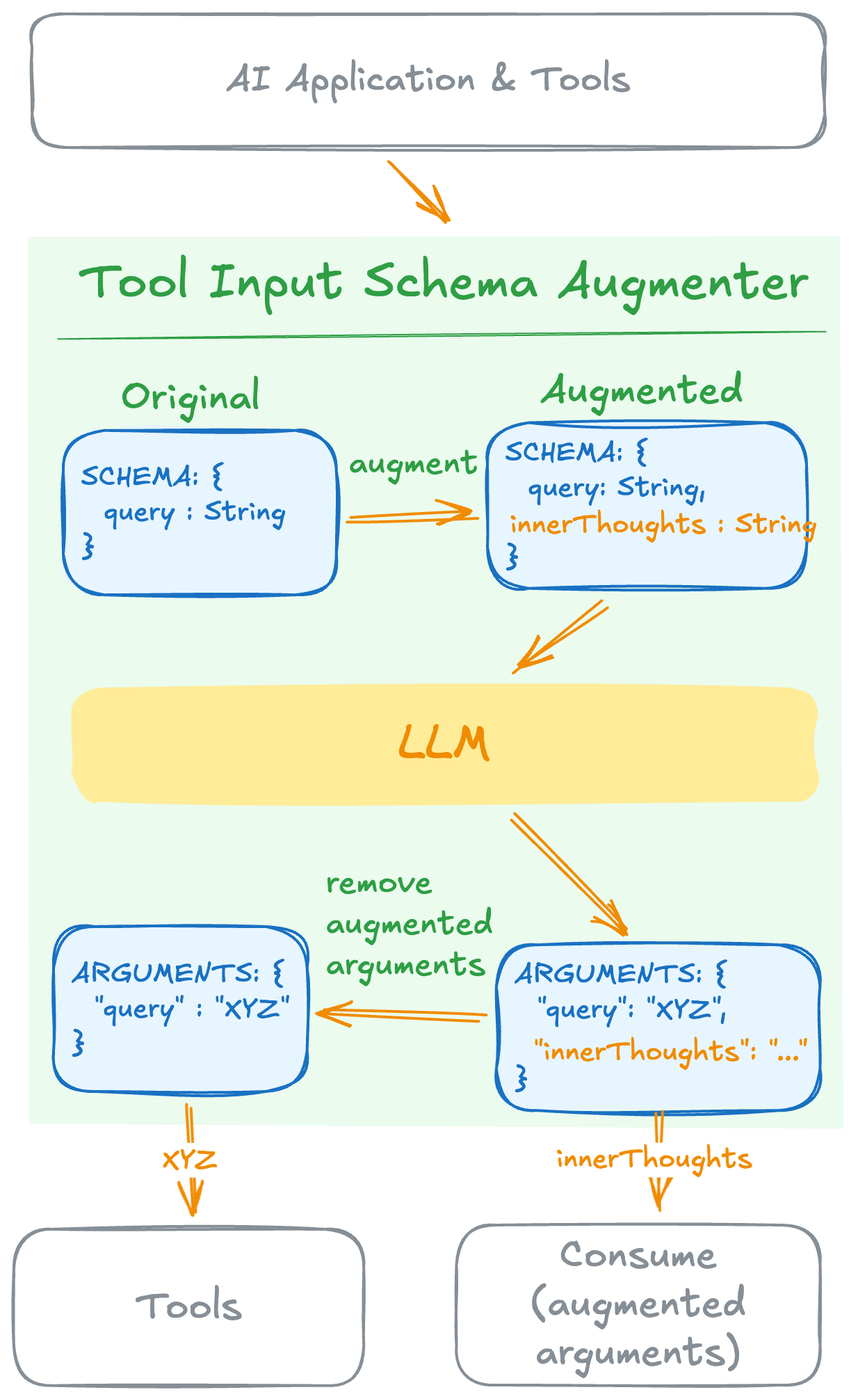
This is blog/tzolov/20251217/spring-ai-tool-argument-augment-lifecycle.png from spring-io/spring-io-static, a Excalidraw export, as it was before one commit. Source tidied: one line per element, renumbered; positions are measured from the earlier drawing's top-left corner, leaving out a move shared by most shapes.
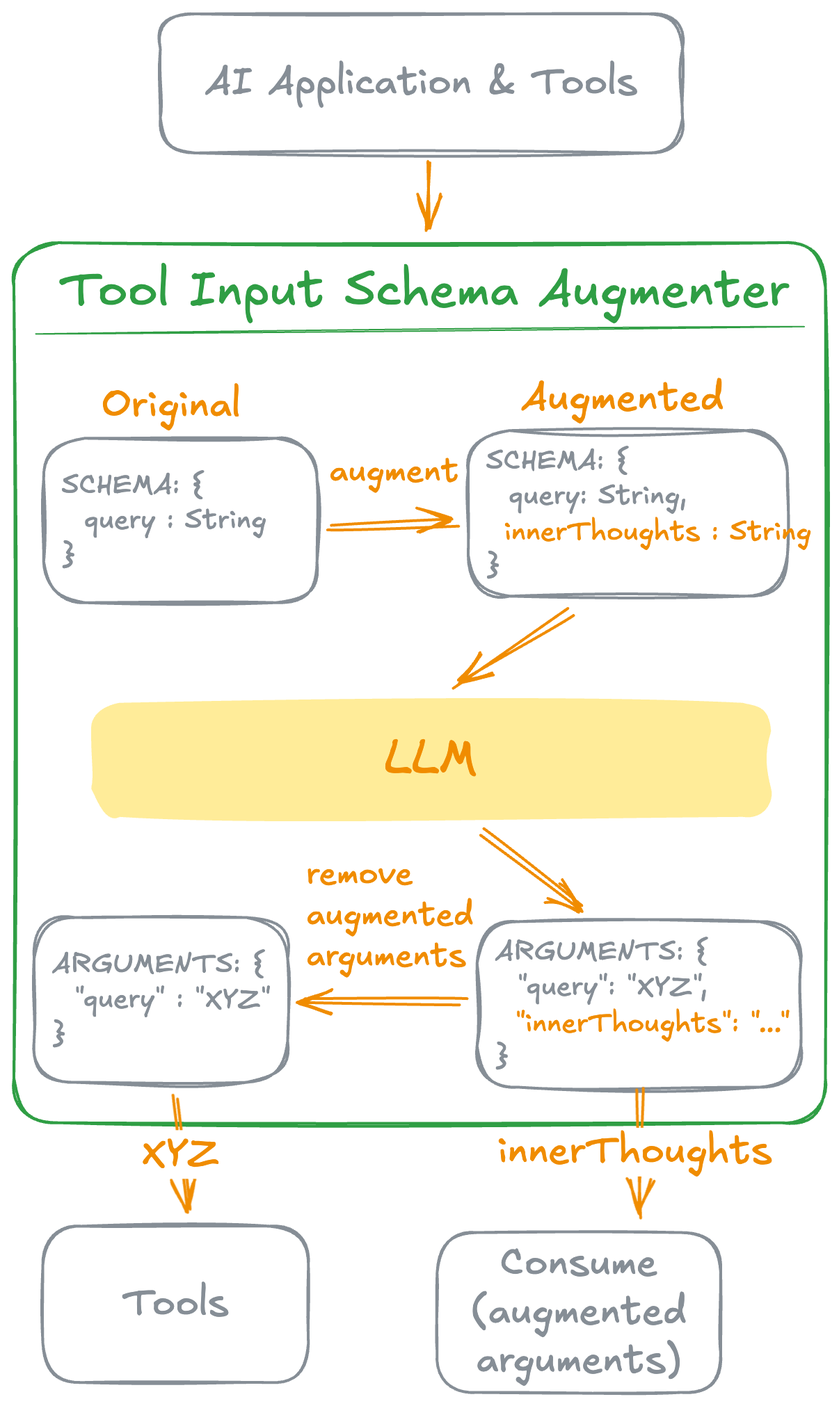
The same file after the commit.

Commit message:
Spring AI : Tool Augmeter Overview Diagram update

Diff of the diagram source:
```diff
@@ -1,34 +1,34 @@
-{"id": 0, "type": "rectangle", "strokeColor": "transparent", "backgroundColor": "#ebfbee", "fillStyle": "solid", "strokeWidth": 4, "roughness": 2, "x": 14, "y": 159, "width": 583, "height": 640}
+{"id": 0, "type": "rectangle", "strokeColor": "#2f9e44", "strokeWidth": 2, "roughness": 2, "round": true, "x": 14, "y": 159, "width": 583, "height": 633}
-{"id": 1, "type": "rectangle", "strokeColor": "#1971c2", "backgroundColor": "#e7f5ff", "fillStyle": "solid", "strokeWidth": 2, "roughness": 2, "round": true, "x": 35, "y": 299, "width": 196, "height": 118}
+{"id": 1, "type": "rectangle", "strokeColor": "#868e96", "backgroundColor": "#ffffff", "fillStyle": "solid", "strokeWidth": 2, "roughness": 2, "round": true, "x": 35, "y": 299, "width": 196, "height": 118}
-{"id": 2, "type": "text", "text": " SCHEMA: { \n   query : String\n }", "strokeColor": "#1971c2", "backgroundColor": "#e7f5ff", "fillStyle": "solid", "strokeWidth": 2, "roughness": 1, "fontSize": 20, "fontFamily": 5, "verticalAlign": "middle", "inside": 1, "x": 40, "y": 321, "width": 155, "height": 75}
+{"id": 2, "type": "text", "text": " SCHEMA: { \n   query : String\n }", "strokeColor": "#868e96", "backgroundColor": "#ffffff", "fillStyle": "solid", "strokeWidth": 2, "roughness": 1, "fontSize": 20, "fontFamily": 5, "verticalAlign": "middle", "inside": 1, "x": 40, "y": 321, "width": 155, "height": 75}
-{"id": 3, "type": "rectangle", "strokeColor": "#1971c2", "backgroundColor": "#e7f5ff", "fillStyle": "solid", "strokeWidth": 2, "roughness": 2, "round": true, "x": 341, "y": 294, "width": 229, "height": 119}
+{"id": 3, "type": "rectangle", "strokeColor": "#868e96", "backgroundColor": "#ffffff", "fillStyle": "solid", "strokeWidth": 2, "roughness": 2, "round": true, "x": 341, "y": 294, "width": 229, "height": 119}
-{"id": 4, "type": "text", "text": " SCHEMA: { \n   query: String,\n   \n }", "strokeColor": "#1971c2", "backgroundColor": "#e7f5ff", "fillStyle": "solid", "strokeWidth": 2, "roughness": 1, "fontSize": 20, "fontFamily": 5, "verticalAlign": "middle", "inside": 3, "x": 346, "y": 303, "width": 152, "height": 100}
+{"id": 4, "type": "text", "text": " SCHEMA: { \n   query: String,\n   \n }", "strokeColor": "#868e96", "backgroundColor": "#ffffff", "fillStyle": "solid", "strokeWidth": 2, "roughness": 1, "fontSize": 20, "fontFamily": 5, "verticalAlign": "middle", "inside": 3, "x": 346, "y": 303, "width": 152, "height": 100}
 {"id": 5, "type": "arrow", "strokeColor": "#f08c00", "strokeWidth": 2, "roughness": 2, "startArrowhead": "arrow", "round": true, "from": 3, "to": 1, "x": 330, "y": 360, "width": 87, "height": 3, "points": [[0, 0], [-87, 3]]}
-{"id": 6, "type": "text", "text": "Original", "strokeColor": "#2f9e44", "backgroundColor": "#a5d8ff", "fillStyle": "hachure", "strokeWidth": 1, "strokeStyle": "dashed", "roughness": 2, "fontSize": 28, "fontFamily": 5, "x": 77, "y": 259, "width": 100, "height": 35}
+{"id": 6, "type": "text", "text": "Original", "strokeColor": "#f08c00", "backgroundColor": "#a5d8ff", "fillStyle": "hachure", "strokeWidth": 1, "strokeStyle": "dashed", "roughness": 2, "fontSize": 28, "fontFamily": 5, "x": 77, "y": 259, "width": 100, "height": 35}
-{"id": 7, "type": "text", "text": "Augmented", "strokeColor": "#2f9e44", "backgroundColor": "#a5d8ff", "fillStyle": "hachure", "strokeWidth": 1, "strokeStyle": "dashed", "roughness": 2, "fontSize": 28, "fontFamily": 5, "x": 379, "y": 254, "width": 146, "height": 35}
+{"id": 7, "type": "text", "text": "Augmented", "strokeColor": "#f08c00", "backgroundColor": "#a5d8ff", "fillStyle": "hachure", "strokeWidth": 1, "strokeStyle": "dashed", "roughness": 2, "fontSize": 28, "fontFamily": 5, "x": 379, "y": 254, "width": 146, "height": 35}
-{"id": 8, "type": "rectangle", "strokeColor": "#1971c2", "backgroundColor": "#e7f5ff", "fillStyle": "solid", "strokeWidth": 2, "roughness": 2, "round": true, "x": 347, "y": 669, "width": 233, "height": 119}
+{"id": 8, "type": "rectangle", "strokeColor": "#868e96", "backgroundColor": "#ffffff", "fillStyle": "solid", "strokeWidth": 2, "roughness": 2, "round": true, "x": 347, "y": 647, "width": 233, "height": 119}
-{"id": 9, "type": "text", "text": " ARGUMENTS: { \n   \"query\": \"XYZ\",\n\n }", "strokeColor": "#1971c2", "backgroundColor": "#e7f5ff", "fillStyle": "solid", "strokeWidth": 2, "roughness": 1, "fontSize": 20, "fontFamily": 5, "verticalAlign": "middle", "inside": 8, "x": 352, "y": 679, "width": 169, "height": 100}
+{"id": 9, "type": "text", "text": " ARGUMENTS: { \n   \"query\": \"XYZ\",\n\n }", "strokeColor": "#868e96", "backgroundColor": "#ffffff", "fillStyle": "solid", "strokeWidth": 2, "roughness": 1, "fontSize": 20, "fontFamily": 5, "verticalAlign": "middle", "inside": 8, "x": 352, "y": 656, "width": 169, "height": 100}
-{"id": 10, "type": "rectangle", "strokeColor": "#1971c2", "backgroundColor": "#e7f5ff", "fillStyle": "solid", "strokeWidth": 2, "roughness": 2, "round": true, "x": 29, "y": 656, "width": 182, "height": 119}
+{"id": 10, "type": "rectangle", "strokeColor": "#868e96", "backgroundColor": "#ffffff", "fillStyle": "solid", "strokeWidth": 2, "roughness": 2, "round": true, "x": 29, "y": 644, "width": 182, "height": 119}
-{"id": 11, "type": "text", "text": " ARGUMENTS: { \n   \"query\" : \"XYZ\"\n }", "strokeColor": "#1971c2", "backgroundColor": "#e7f5ff", "fillStyle": "solid", "strokeWidth": 2, "roughness": 1, "fontSize": 20, "fontFamily": 5, "verticalAlign": "middle", "inside": 10, "x": 34, "y": 678, "width": 169, "height": 75}
+{"id": 11, "type": "text", "text": " ARGUMENTS: { \n   \"query\" : \"XYZ\"\n }", "strokeColor": "#868e96", "backgroundColor": "#e7f5ff", "fillStyle": "solid", "strokeWidth": 2, "roughness": 1, "fontSize": 20, "fontFamily": 5, "verticalAlign": "middle", "inside": 10, "x": 34, "y": 666, "width": 169, "height": 75}
-{"id": 12, "type": "arrow", "strokeColor": "#f08c00", "strokeWidth": 2, "roughness": 2, "startArrowhead": "arrow", "round": true, "from": 10, "to": 8, "x": 222, "y": 719, "width": 114, "height": 4, "points": [[0, 0], [114, 4]]}
+{"id": 12, "type": "arrow", "strokeColor": "#f08c00", "strokeWidth": 2, "roughness": 2, "startArrowhead": "arrow", "round": true, "from": 10, "to": 8, "x": 222, "y": 705, "width": 114, "height": 0, "points": [[0, 0], [114, 0]]}
-{"id": 13, "type": "rectangle", "strokeColor": "transparent", "backgroundColor": "#ffec99", "fillStyle": "solid", "strokeWidth": 2, "roughness": 2, "round": true, "x": 41, "y": 484, "width": 537, "height": 82}
+{"id": 13, "type": "rectangle", "strokeColor": "transparent", "backgroundColor": "#ffec99", "fillStyle": "solid", "strokeWidth": 2, "roughness": 2, "round": true, "x": 70, "y": 490, "width": 489, "height": 82}
-{"id": 14, "type": "text", "text": "LLM", "strokeColor": "#f08c00", "strokeWidth": 2, "roughness": 1, "fontSize": 36, "fontFamily": 5, "textAlign": "center", "verticalAlign": "middle", "inside": 13, "x": 276, "y": 503, "width": 67, "height": 45}
+{"id": 14, "type": "text", "text": "LLM", "strokeColor": "#f08c00", "strokeWidth": 2, "roughness": 1, "fontSize": 36, "fontFamily": 5, "textAlign": "center", "verticalAlign": "middle", "inside": 13, "x": 281, "y": 508, "width": 67, "height": 45}
-{"id": 15, "type": "rectangle", "strokeColor": "#868e96", "strokeWidth": 2, "roughness": 1, "round": true, "x": 318, "y": 870, "width": 262, "height": 115}
+{"id": 15, "type": "rectangle", "strokeColor": "#868e96", "strokeWidth": 2, "roughness": 1, "round": true, "x": 318, "y": 870, "width": 204, "height": 115}
-{"id": 16, "type": "text", "text": "Consume\n(augmented\narguments)", "strokeColor": "#868e96", "strokeWidth": 2, "roughness": 1, "fontSize": 28, "fontFamily": 5, "textAlign": "center", "verticalAlign": "middle", "inside": 15, "x": 371, "y": 875, "width": 155, "height": 105}
+{"id": 16, "type": "text", "text": "Consume\n(augmented\narguments)", "strokeColor": "#868e96", "strokeWidth": 2, "roughness": 1, "fontSize": 28, "fontFamily": 5, "textAlign": "center", "verticalAlign": "middle", "inside": 15, "x": 343, "y": 875, "width": 155, "height": 105}
-{"id": 17, "type": "arrow", "strokeColor": "#f08c00", "strokeWidth": 2, "roughness": 2, "endArrowhead": "arrow", "round": true, "from": 8, "x": 460, "y": 788, "width": 0, "height": 72, "points": [[0, 0], [0, 72]]}
+{"id": 17, "type": "arrow", "strokeColor": "#f08c00", "strokeWidth": 2, "roughness": 2, "endArrowhead": "arrow", "round": true, "from": 8, "x": 460, "y": 766, "width": 0, "height": 94, "points": [[0, 0], [0, 94]]}
-{"id": 18, "type": "text", "text": "innerThoughts", "strokeColor": "#f08c00", "backgroundColor": "#ebfbee", "fillStyle": "solid", "strokeWidth": 2, "strokeStyle": "dashed", "roughness": 2, "fontSize": 20, "fontFamily": 5, "textAlign": "center", "verticalAlign": "middle", "inside": 17, "x": 1899, "y": 846, "width": 141, "height": 25}
+{"id": 18, "type": "text", "text": "innerThoughts", "strokeColor": "#f08c00", "backgroundColor": "#ebfbee", "fillStyle": "solid", "strokeWidth": 2, "strokeStyle": "dashed", "roughness": 2, "fontSize": 28, "fontFamily": 5, "textAlign": "center", "verticalAlign": "middle", "inside": 17, "x": 362, "y": 801, "width": 197, "height": 35}
 {"id": 19, "type": "text", "text": "Tool Input Schema Augmenter", "strokeColor": "#2f9e44", "backgroundColor": "#a5d8ff", "fillStyle": "hachure", "strokeWidth": 1, "strokeStyle": "dashed", "roughness": 2, "fontSize": 36, "fontFamily": 5, "x": 47, "y": 171, "width": 525, "height": 45}
-{"id": 20, "type": "rectangle", "strokeColor": "#868e96", "strokeWidth": 2, "roughness": 2, "round": true, "x": 13, "y": 0, "width": 570, "height": 96}
+{"id": 20, "type": "rectangle", "strokeColor": "#868e96", "strokeWidth": 2, "roughness": 2, "round": true, "x": 119, "y": -6, "width": 375, "height": 100}
-{"id": 21, "type": "text", "text": "AI Application & Tools", "strokeColor": "#868e96", "strokeWidth": 2, "roughness": 1, "fontSize": 26.17, "fontFamily": 5, "textAlign": "center", "verticalAlign": "middle", "inside": 20, "x": 153, "y": 32, "width": 290, "height": 33}
+{"id": 21, "type": "text", "text": "AI Application & Tools", "strokeColor": "#868e96", "strokeWidth": 2, "roughness": 1, "fontSize": 28, "fontFamily": 5, "textAlign": "center", "verticalAlign": "middle", "inside": 20, "x": 152, "y": 27, "width": 311, "height": 35}
-{"id": 22, "type": "arrow", "strokeColor": "#f08c00", "strokeWidth": 2, "roughness": 2, "endArrowhead": "arrow", "round": true, "from": 20, "x": 271, "y": 107, "width": 41, "height": 42, "points": [[0, 0], [41, 42]]}
+{"id": 22, "type": "arrow", "strokeColor": "#f08c00", "strokeWidth": 2, "roughness": 2, "endArrowhead": "arrow", "round": true, "from": 20, "x": 313, "y": 101, "width": 1, "height": 48, "points": [[0, 0], [-1, 48]]}
-{"id": 23, "type": "arrow", "strokeColor": "#f08c00", "strokeWidth": 2, "roughness": 2, "endArrowhead": "arrow", "round": true, "from": 3, "to": 13, "x": 425, "y": 424, "width": 63, "height": 49, "points": [[0, 0], [-63, 49]]}
+{"id": 23, "type": "arrow", "strokeColor": "#f08c00", "strokeWidth": 2, "roughness": 2, "endArrowhead": "arrow", "round": true, "from": 3, "to": 13, "x": 414, "y": 424, "width": 82, "height": 55, "points": [[0, 0], [-82, 55]]}
-{"id": 24, "type": "arrow", "strokeColor": "#f08c00", "strokeWidth": 2, "roughness": 2, "endArrowhead": "arrow", "round": true, "from": 13, "to": 8, "x": 358, "y": 577, "width": 80, "height": 81, "points": [[0, 0], [80, 81]]}
+{"id": 24, "type": "arrow", "strokeColor": "#f08c00", "strokeWidth": 2, "roughness": 2, "endArrowhead": "arrow", "round": true, "from": 13, "to": 8, "x": 350, "y": 583, "width": 70, "height": 53, "points": [[0, 0], [70, 53]]}
-{"id": 25, "type": "rectangle", "strokeColor": "#868e96", "strokeWidth": 2, "roughness": 1, "round": true, "x": 0, "y": 873, "width": 252, "height": 112}
+{"id": 25, "type": "rectangle", "strokeColor": "#868e96", "strokeWidth": 2, "roughness": 1, "round": true, "x": 35, "y": 866, "width": 191, "height": 112}
-{"id": 26, "type": "text", "text": "Tools", "strokeColor": "#868e96", "strokeWidth": 2, "roughness": 1, "fontSize": 28, "fontFamily": 5, "textAlign": "center", "verticalAlign": "middle", "inside": 25, "x": 88, "y": 912, "width": 77, "height": 35}
+{"id": 26, "type": "text", "text": "Tools", "strokeColor": "#868e96", "strokeWidth": 2, "roughness": 1, "fontSize": 28, "fontFamily": 5, "textAlign": "center", "verticalAlign": "middle", "inside": 25, "x": 92, "y": 905, "width": 77, "height": 35}
-{"id": 27, "type": "arrow", "strokeColor": "#f08c00", "strokeWidth": 2, "roughness": 2, "endArrowhead": "arrow", "round": true, "from": 10, "to": 25, "x": 125, "y": 785, "width": 3, "height": 77, "points": [[0, 0], [3, 77]]}
+{"id": 27, "type": "arrow", "strokeColor": "#f08c00", "strokeWidth": 2, "roughness": 2, "endArrowhead": "arrow", "round": true, "from": 10, "to": 25, "x": 129, "y": 773, "width": 9, "height": 81, "points": [[0, 0], [9, 81]]}
-{"id": 28, "type": "text", "text": "XYZ", "strokeColor": "#f08c00", "backgroundColor": "#ebfbee", "fillStyle": "solid", "strokeWidth": 2, "strokeStyle": "dashed", "roughness": 2, "fontSize": 20, "fontFamily": 5, "textAlign": "center", "verticalAlign": "middle", "inside": 27, "x": 1615, "y": 846, "width": 40, "height": 25}
+{"id": 28, "type": "text", "text": "XYZ", "strokeColor": "#f08c00", "backgroundColor": "#ebfbee", "fillStyle": "solid", "strokeWidth": 2, "strokeStyle": "dashed", "roughness": 2, "fontSize": 28, "fontFamily": 5, "textAlign": "center", "verticalAlign": "middle", "inside": 27, "x": 99, "y": 806, "width": 56, "height": 35}
-{"id": 29, "type": "text", "text": "innerThoughts : String", "strokeColor": "#f08c00", "backgroundColor": "#e7f5ff", "fillStyle": "solid", "strokeWidth": 1, "roughness": 2, "fontSize": 20, "fontFamily": 5, "x": 357, "y": 355, "width": 221, "height": 25}
+{"id": 29, "type": "text", "text": "innerThoughts : String", "strokeColor": "#f08c00", "backgroundColor": "#e7f5ff", "fillStyle": "solid", "strokeWidth": 1, "roughness": 2, "fontSize": 20, "fontFamily": 5, "x": 367, "y": 355, "width": 221, "height": 25}
-{"id": 30, "type": "text", "text": "\"innerThoughts\": \"...\"", "strokeColor": "#f08c00", "backgroundColor": "#e7f5ff", "fillStyle": "solid", "strokeWidth": 1, "roughness": 2, "fontSize": 20, "fontFamily": 5, "x": 374, "y": 734, "width": 197, "height": 25}
+{"id": 30, "type": "text", "text": "\"innerThoughts\": \"...\"", "strokeColor": "#f08c00", "backgroundColor": "#e7f5ff", "fillStyle": "solid", "strokeWidth": 1, "roughness": 2, "fontSize": 20, "fontFamily": 5, "x": 374, "y": 708, "width": 197, "height": 25}
-{"id": 31, "type": "line", "strokeColor": "#2f9e44", "strokeWidth": 1, "roughness": 1, "x": 32, "y": 234, "width": 552, "height": 5, "points": [[0, 0], [552, -5]]}
+{"id": 31, "type": "line", "strokeColor": "#2f9e44", "strokeWidth": 1, "roughness": 1, "x": 30, "y": 224, "width": 552, "height": 5, "points": [[0, 0], [552, -5]]}
-{"id": 32, "type": "text", "text": "augment", "strokeColor": "#2f9e44", "backgroundColor": "#a5d8ff", "fillStyle": "hachure", "strokeWidth": 1, "strokeStyle": "dashed", "roughness": 2, "fontSize": 23.56, "fontFamily": 5, "x": 241, "y": 309, "width": 93, "height": 29}
+{"id": 32, "type": "text", "text": "augment", "strokeColor": "#f08c00", "backgroundColor": "#a5d8ff", "fillStyle": "hachure", "strokeWidth": 1, "strokeStyle": "dashed", "roughness": 2, "fontSize": 23.56, "fontFamily": 5, "x": 241, "y": 309, "width": 93, "height": 29}
-{"id": 33, "type": "text", "text": "remove\naugmented\narguments", "strokeColor": "#2f9e44", "backgroundColor": "#a5d8ff", "fillStyle": "hachure", "strokeWidth": 1, "strokeStyle": "dashed", "roughness": 2, "fontSize": 23.56, "fontFamily": 5, "x": 224, "y": 610, "width": 120, "height": 88}
+{"id": 33, "type": "text", "text": "remove\naugmented\narguments", "strokeColor": "#f08c00", "backgroundColor": "#a5d8ff", "fillStyle": "hachure", "strokeWidth": 1, "strokeStyle": "dashed", "roughness": 2, "fontSize": 23.56, "fontFamily": 5, "x": 224, "y": 598, "width": 120, "height": 88}
```
